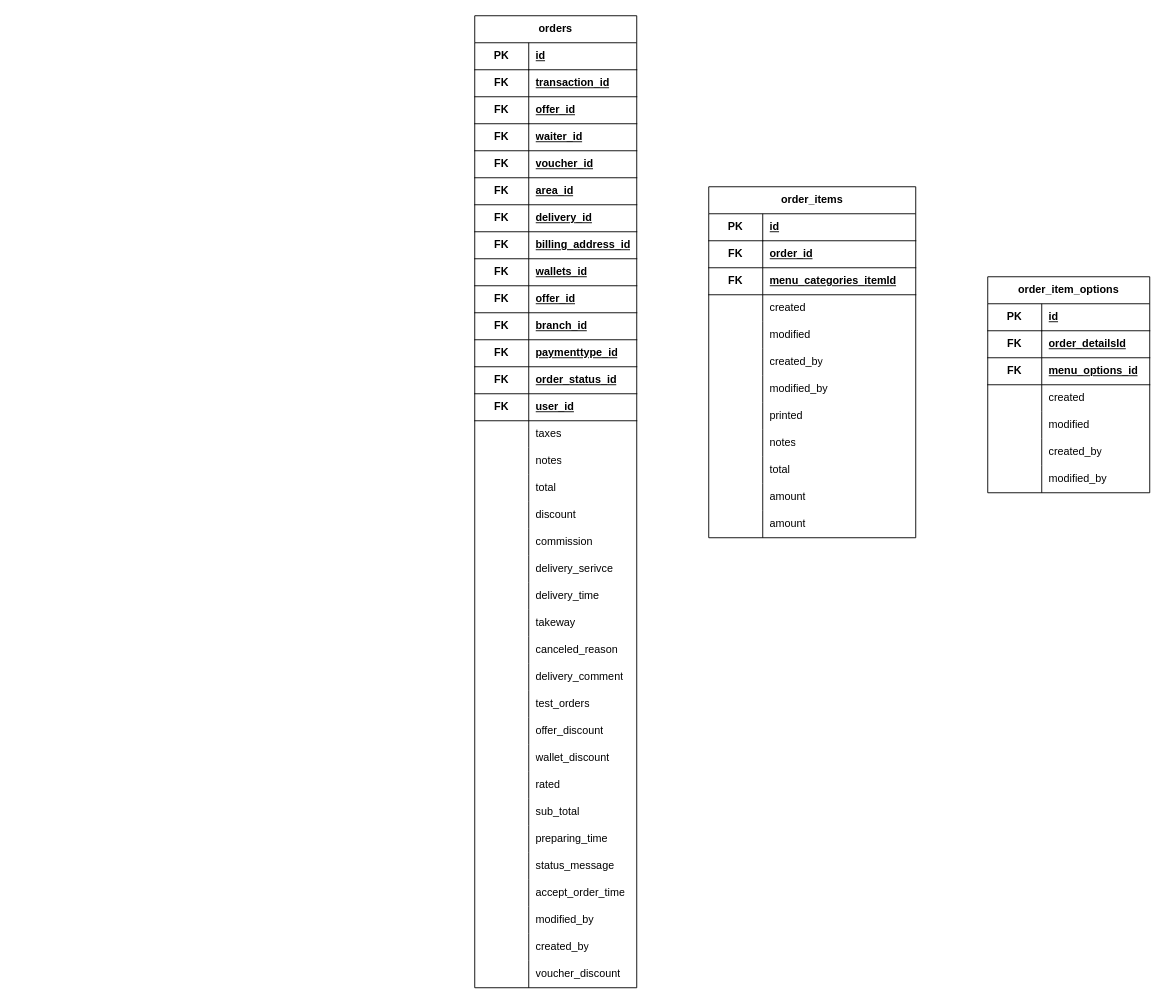
This is ERD.drawio from Ahmed-Shawareb-Full-Stack/printf, a draw.io file, before an edit. Source tidied: cells renumbered, new cells numbered last; positions are measured from the earlier drawing's top-left corner, leaving out a move shared by most shapes. Both pictures are drawn from the tidied source at 90%, with x=0, y=0 at pixel (474, 15).
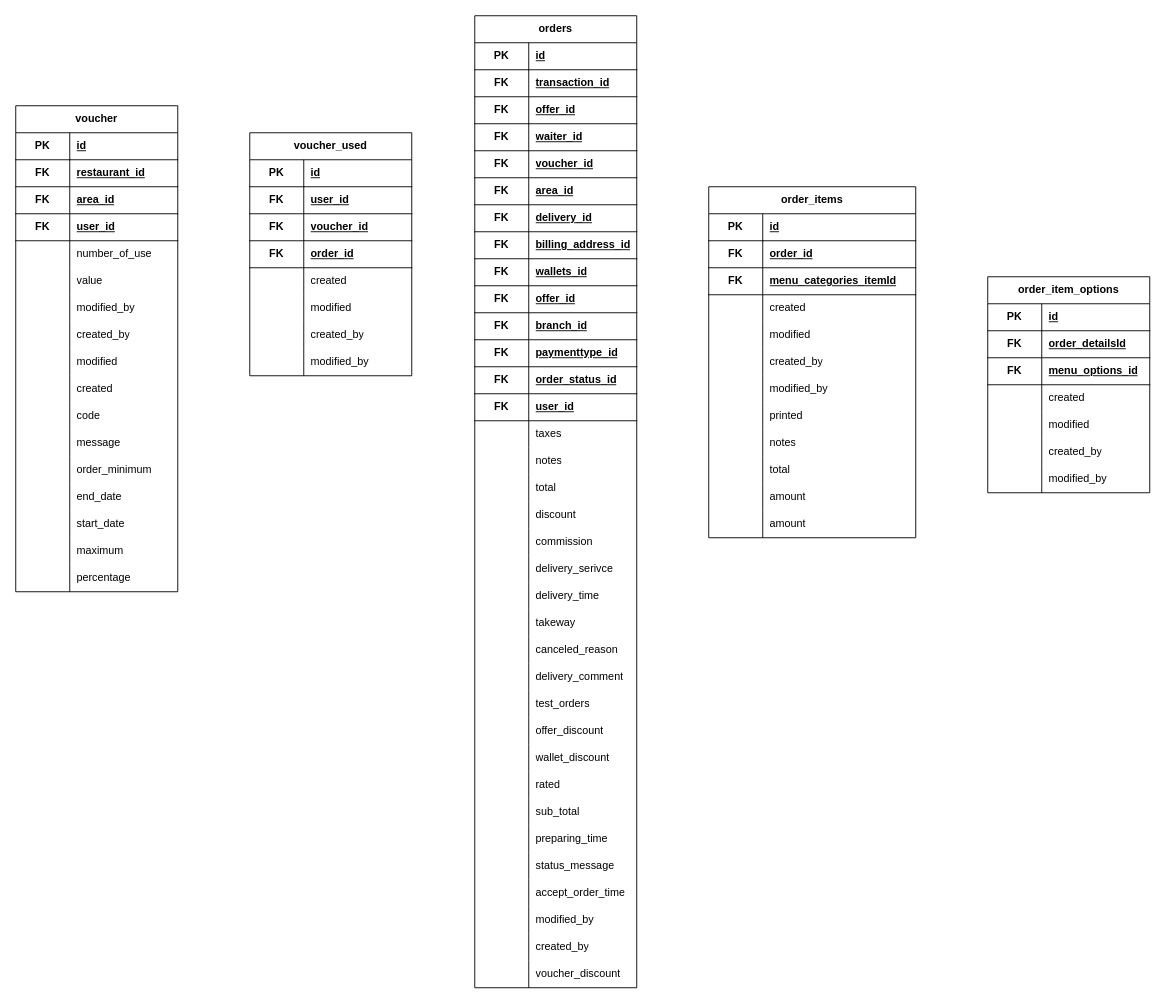
Above is the later version.

Change to the diagram source:
```diff
@@
+    <mxCell id="167" value="voucher_used" style="shape=table;startSize=30;childLayout=tableLayout;rowLines=0;fontStyle=1;align=center;html=1;whiteSpace=wrap;" parent="1" vertex="1">
+      <mxGeometry x="-250" y="130" width="180" height="270" as="geometry" />
+    </mxCell>
+    <mxCell id="168" style="shape=tableRow;horizontal=0;startSize=0;swimlaneHead=0;swimlaneBody=0;fillColor=none;top=0;left=0;right=0;bottom=0;html=1;" parent="167" vertex="1">
+      <mxGeometry y="30" width="180" height="30" as="geometry" />
+    </mxCell>
+    <mxCell id="169" value="PK" style="shape=partialRectangle;fillColor=none;top=0;left=0;bottom=1;right=0;fontStyle=1;overflow=hidden;html=1;whiteSpace=wrap;" parent="168" vertex="1">
+      <mxGeometry width="60" height="30" as="geometry" />
+    </mxCell>
+    <mxCell id="170" value="id" style="shape=partialRectangle;fillColor=none;top=0;left=0;bottom=1;right=0;align=left;spacingLeft=6;fontStyle=5;overflow=hidden;html=1;whiteSpace=wrap;" parent="168" vertex="1">
+      <mxGeometry x="60" width="120" height="30" as="geometry" />
+    </mxCell>
+    <mxCell id="171" style="shape=tableRow;horizontal=0;startSize=0;swimlaneHead=0;swimlaneBody=0;fillColor=none;top=0;left=0;right=0;bottom=1;html=1;" parent="167" vertex="1">
+      <mxGeometry y="60" width="180" height="30" as="geometry" />
+    </mxCell>
+    <mxCell id="172" value="FK" style="shape=partialRectangle;fillColor=none;top=0;left=0;bottom=0;right=0;fontStyle=1;overflow=hidden;html=1;whiteSpace=wrap;" parent="171" vertex="1">
+      <mxGeometry width="60" height="30" as="geometry" />
+    </mxCell>
+    <mxCell id="173" value="user_id" style="shape=partialRectangle;fillColor=none;top=0;left=0;bottom=0;right=0;align=left;spacingLeft=6;fontStyle=5;overflow=hidden;html=1;whiteSpace=wrap;" parent="171" vertex="1">
+      <mxGeometry x="60" width="120" height="30" as="geometry" />
+    </mxCell>
+    <mxCell id="174" style="shape=tableRow;horizontal=0;startSize=0;swimlaneHead=0;swimlaneBody=0;fillColor=none;top=0;left=0;right=0;bottom=1;html=1;" parent="167" vertex="1">
+      <mxGeometry y="90" width="180" height="30" as="geometry" />
+    </mxCell>
+    <mxCell id="175" value="FK" style="shape=partialRectangle;fillColor=none;top=0;left=0;bottom=0;right=0;fontStyle=1;overflow=hidden;html=1;whiteSpace=wrap;" parent="174" vertex="1">
+      <mxGeometry width="60" height="30" as="geometry" />
+    </mxCell>
+    <mxCell id="176" value="voucher_id" style="shape=partialRectangle;fillColor=none;top=0;left=0;bottom=0;right=0;align=left;spacingLeft=6;fontStyle=5;overflow=hidden;html=1;whiteSpace=wrap;" parent="174" vertex="1">
+      <mxGeometry x="60" width="120" height="30" as="geometry" />
+    </mxCell>
+    <mxCell id="177" style="shape=tableRow;horizontal=0;startSize=0;swimlaneHead=0;swimlaneBody=0;fillColor=none;top=0;left=0;right=0;bottom=1;html=1;" parent="167" vertex="1">
+      <mxGeometry y="120" width="180" height="30" as="geometry" />
+    </mxCell>
+    <mxCell id="178" value="FK" style="shape=partialRectangle;fillColor=none;top=0;left=0;bottom=0;right=0;fontStyle=1;overflow=hidden;html=1;whiteSpace=wrap;" parent="177" vertex="1">
+      <mxGeometry width="60" height="30" as="geometry" />
+    </mxCell>
+    <mxCell id="179" value="order_id" style="shape=partialRectangle;fillColor=none;top=0;left=0;bottom=0;right=0;align=left;spacingLeft=6;fontStyle=5;overflow=hidden;html=1;whiteSpace=wrap;" parent="177" vertex="1">
+      <mxGeometry x="60" width="120" height="30" as="geometry" />
+    </mxCell>
+    <mxCell id="180" style="shape=tableRow;horizontal=0;startSize=0;swimlaneHead=0;swimlaneBody=0;fillColor=none;top=0;left=0;right=0;bottom=0;html=1;" parent="167" vertex="1">
+      <mxGeometry y="150" width="180" height="30" as="geometry" />
+    </mxCell>
+    <mxCell id="181" style="shape=partialRectangle;fillColor=none;top=0;left=0;bottom=0;right=0;overflow=hidden;html=1;whiteSpace=wrap;" parent="180" vertex="1">
+      <mxGeometry width="60" height="30" as="geometry" />
+    </mxCell>
+    <mxCell id="182" value="created" style="shape=partialRectangle;fillColor=none;top=0;left=0;bottom=0;right=0;align=left;spacingLeft=6;overflow=hidden;html=1;whiteSpace=wrap;" parent="180" vertex="1">
+      <mxGeometry x="60" width="120" height="30" as="geometry" />
+    </mxCell>
+    <mxCell id="183" style="shape=tableRow;horizontal=0;startSize=0;swimlaneHead=0;swimlaneBody=0;fillColor=none;top=0;left=0;right=0;bottom=0;html=1;" parent="167" vertex="1">
+      <mxGeometry y="180" width="180" height="30" as="geometry" />
+    </mxCell>
+    <mxCell id="184" style="shape=partialRectangle;fillColor=none;top=0;left=0;bottom=0;right=0;overflow=hidden;html=1;whiteSpace=wrap;" parent="183" vertex="1">
+      <mxGeometry width="60" height="30" as="geometry" />
+    </mxCell>
+    <mxCell id="185" value="modified" style="shape=partialRectangle;fillColor=none;top=0;left=0;bottom=0;right=0;align=left;spacingLeft=6;overflow=hidden;html=1;whiteSpace=wrap;" parent="183" vertex="1">
+      <mxGeometry x="60" width="120" height="30" as="geometry" />
+    </mxCell>
+    <mxCell id="186" style="shape=tableRow;horizontal=0;startSize=0;swimlaneHead=0;swimlaneBody=0;fillColor=none;top=0;left=0;right=0;bottom=0;html=1;" parent="167" vertex="1">
+      <mxGeometry y="210" width="180" height="30" as="geometry" />
+    </mxCell>
+    <mxCell id="187" style="shape=partialRectangle;fillColor=none;top=0;left=0;bottom=0;right=0;overflow=hidden;html=1;whiteSpace=wrap;" parent="186" vertex="1">
+      <mxGeometry width="60" height="30" as="geometry" />
+    </mxCell>
+    <mxCell id="188" value="created_by" style="shape=partialRectangle;fillColor=none;top=0;left=0;bottom=0;right=0;align=left;spacingLeft=6;overflow=hidden;html=1;whiteSpace=wrap;" parent="186" vertex="1">
+      <mxGeometry x="60" width="120" height="30" as="geometry" />
+    </mxCell>
+    <mxCell id="189" style="shape=tableRow;horizontal=0;startSize=0;swimlaneHead=0;swimlaneBody=0;fillColor=none;top=0;left=0;right=0;bottom=0;html=1;" parent="167" vertex="1">
+      <mxGeometry y="240" width="180" height="30" as="geometry" />
+    </mxCell>
+    <mxCell id="190" style="shape=partialRectangle;fillColor=none;top=0;left=0;bottom=0;right=0;overflow=hidden;html=1;whiteSpace=wrap;" parent="189" vertex="1">
+      <mxGeometry width="60" height="30" as="geometry" />
+    </mxCell>
+    <mxCell id="191" value="modified_by" style="shape=partialRectangle;fillColor=none;top=0;left=0;bottom=0;right=0;align=left;spacingLeft=6;overflow=hidden;html=1;whiteSpace=wrap;" parent="189" vertex="1">
+      <mxGeometry x="60" width="120" height="30" as="geometry" />
+    </mxCell>
+    <mxCell id="192" value="voucher" style="shape=table;startSize=30;childLayout=tableLayout;rowLines=0;fontStyle=1;align=center;html=1;whiteSpace=wrap;" parent="1" vertex="1">
+      <mxGeometry x="-510" y="100" width="180" height="540" as="geometry" />
+    </mxCell>
+    <mxCell id="193" style="shape=tableRow;horizontal=0;startSize=0;swimlaneHead=0;swimlaneBody=0;fillColor=none;top=0;left=0;right=0;bottom=0;html=1;" parent="192" vertex="1">
+      <mxGeometry y="30" width="180" height="30" as="geometry" />
+    </mxCell>
+    <mxCell id="194" value="PK" style="shape=partialRectangle;fillColor=none;top=0;left=0;bottom=1;right=0;fontStyle=1;overflow=hidden;html=1;whiteSpace=wrap;" parent="193" vertex="1">
+      <mxGeometry width="60" height="30" as="geometry" />
+    </mxCell>
+    <mxCell id="195" value="id" style="shape=partialRectangle;fillColor=none;top=0;left=0;bottom=1;right=0;align=left;spacingLeft=6;fontStyle=5;overflow=hidden;html=1;whiteSpace=wrap;" parent="193" vertex="1">
+      <mxGeometry x="60" width="120" height="30" as="geometry" />
+    </mxCell>
+    <mxCell id="196" style="shape=tableRow;horizontal=0;startSize=0;swimlaneHead=0;swimlaneBody=0;fillColor=none;top=0;left=0;right=0;bottom=1;html=1;" parent="192" vertex="1">
+      <mxGeometry y="60" width="180" height="30" as="geometry" />
+    </mxCell>
+    <mxCell id="197" value="FK" style="shape=partialRectangle;fillColor=none;top=0;left=0;bottom=0;right=0;fontStyle=1;overflow=hidden;html=1;whiteSpace=wrap;" parent="196" vertex="1">
+      <mxGeometry width="60" height="30" as="geometry" />
+    </mxCell>
+    <mxCell id="198" value="restaurant_id" style="shape=partialRectangle;fillColor=none;top=0;left=0;bottom=0;right=0;align=left;spacingLeft=6;fontStyle=5;overflow=hidden;html=1;whiteSpace=wrap;" parent="196" vertex="1">
+      <mxGeometry x="60" width="120" height="30" as="geometry" />
+    </mxCell>
+    <mxCell id="199" style="shape=tableRow;horizontal=0;startSize=0;swimlaneHead=0;swimlaneBody=0;fillColor=none;top=0;left=0;right=0;bottom=1;html=1;" parent="192" vertex="1">
+      <mxGeometry y="90" width="180" height="30" as="geometry" />
+    </mxCell>
+    <mxCell id="200" value="FK" style="shape=partialRectangle;fillColor=none;top=0;left=0;bottom=0;right=0;fontStyle=1;overflow=hidden;html=1;whiteSpace=wrap;" parent="199" vertex="1">
+      <mxGeometry width="60" height="30" as="geometry" />
+    </mxCell>
+    <mxCell id="201" value="area_id" style="shape=partialRectangle;fillColor=none;top=0;left=0;bottom=0;right=0;align=left;spacingLeft=6;fontStyle=5;overflow=hidden;html=1;whiteSpace=wrap;" parent="199" vertex="1">
+      <mxGeometry x="60" width="120" height="30" as="geometry" />
+    </mxCell>
+    <mxCell id="202" style="shape=tableRow;horizontal=0;startSize=0;swimlaneHead=0;swimlaneBody=0;fillColor=none;top=0;left=0;right=0;bottom=1;html=1;" parent="192" vertex="1">
+      <mxGeometry y="120" width="180" height="30" as="geometry" />
+    </mxCell>
+    <mxCell id="203" value="FK" style="shape=partialRectangle;fillColor=none;top=0;left=0;bottom=0;right=0;fontStyle=1;overflow=hidden;html=1;whiteSpace=wrap;" parent="202" vertex="1">
+      <mxGeometry width="60" height="30" as="geometry" />
+    </mxCell>
+    <mxCell id="204" value="user_id" style="shape=partialRectangle;fillColor=none;top=0;left=0;bottom=0;right=0;align=left;spacingLeft=6;fontStyle=5;overflow=hidden;html=1;whiteSpace=wrap;" parent="202" vertex="1">
+      <mxGeometry x="60" width="120" height="30" as="geometry" />
+    </mxCell>
+    <mxCell id="205" style="shape=tableRow;horizontal=0;startSize=0;swimlaneHead=0;swimlaneBody=0;fillColor=none;top=0;left=0;right=0;bottom=0;html=1;" parent="192" vertex="1">
+      <mxGeometry y="150" width="180" height="30" as="geometry" />
+    </mxCell>
+    <mxCell id="206" style="shape=partialRectangle;fillColor=none;top=0;left=0;bottom=0;right=0;overflow=hidden;html=1;whiteSpace=wrap;" parent="205" vertex="1">
+      <mxGeometry width="60" height="30" as="geometry" />
+    </mxCell>
+    <mxCell id="207" value="number_of_use" style="shape=partialRectangle;fillColor=none;top=0;left=0;bottom=0;right=0;align=left;spacingLeft=6;overflow=hidden;html=1;whiteSpace=wrap;" parent="205" vertex="1">
+      <mxGeometry x="60" width="120" height="30" as="geometry" />
+    </mxCell>
+    <mxCell id="208" style="shape=tableRow;horizontal=0;startSize=0;swimlaneHead=0;swimlaneBody=0;fillColor=none;top=0;left=0;right=0;bottom=0;html=1;" parent="192" vertex="1">
+      <mxGeometry y="180" width="180" height="30" as="geometry" />
+    </mxCell>
+    <mxCell id="209" style="shape=partialRectangle;fillColor=none;top=0;left=0;bottom=0;right=0;overflow=hidden;html=1;whiteSpace=wrap;" parent="208" vertex="1">
+      <mxGeometry width="60" height="30" as="geometry" />
+    </mxCell>
+    <mxCell id="210" value="value" style="shape=partialRectangle;fillColor=none;top=0;left=0;bottom=0;right=0;align=left;spacingLeft=6;overflow=hidden;html=1;whiteSpace=wrap;" parent="208" vertex="1">
+      <mxGeometry x="60" width="120" height="30" as="geometry" />
+    </mxCell>
+    <mxCell id="211" style="shape=tableRow;horizontal=0;startSize=0;swimlaneHead=0;swimlaneBody=0;fillColor=none;top=0;left=0;right=0;bottom=0;html=1;" parent="192" vertex="1">
+      <mxGeometry y="210" width="180" height="30" as="geometry" />
+    </mxCell>
+    <mxCell id="212" style="shape=partialRectangle;fillColor=none;top=0;left=0;bottom=0;right=0;overflow=hidden;html=1;whiteSpace=wrap;" parent="211" vertex="1">
+      <mxGeometry width="60" height="30" as="geometry" />
+    </mxCell>
+    <mxCell id="213" value="modified_by" style="shape=partialRectangle;fillColor=none;top=0;left=0;bottom=0;right=0;align=left;spacingLeft=6;overflow=hidden;html=1;whiteSpace=wrap;" parent="211" vertex="1">
+      <mxGeometry x="60" width="120" height="30" as="geometry" />
+    </mxCell>
+    <mxCell id="214" style="shape=tableRow;horizontal=0;startSize=0;swimlaneHead=0;swimlaneBody=0;fillColor=none;top=0;left=0;right=0;bottom=0;html=1;" parent="192" vertex="1">
+      <mxGeometry y="240" width="180" height="30" as="geometry" />
+    </mxCell>
+    <mxCell id="215" style="shape=partialRectangle;fillColor=none;top=0;left=0;bottom=0;right=0;overflow=hidden;html=1;whiteSpace=wrap;" parent="214" vertex="1">
+      <mxGeometry width="60" height="30" as="geometry" />
+    </mxCell>
+    <mxCell id="216" value="created_by" style="shape=partialRectangle;fillColor=none;top=0;left=0;bottom=0;right=0;align=left;spacingLeft=6;overflow=hidden;html=1;whiteSpace=wrap;" parent="214" vertex="1">
+      <mxGeometry x="60" width="120" height="30" as="geometry" />
+    </mxCell>
+    <mxCell id="217" style="shape=tableRow;horizontal=0;startSize=0;swimlaneHead=0;swimlaneBody=0;fillColor=none;top=0;left=0;right=0;bottom=0;html=1;" parent="192" vertex="1">
+      <mxGeometry y="270" width="180" height="30" as="geometry" />
+    </mxCell>
+    <mxCell id="218" style="shape=partialRectangle;fillColor=none;top=0;left=0;bottom=0;right=0;overflow=hidden;html=1;whiteSpace=wrap;" parent="217" vertex="1">
+      <mxGeometry width="60" height="30" as="geometry" />
+    </mxCell>
+    <mxCell id="219" value="modified" style="shape=partialRectangle;fillColor=none;top=0;left=0;bottom=0;right=0;align=left;spacingLeft=6;overflow=hidden;html=1;whiteSpace=wrap;" parent="217" vertex="1">
+      <mxGeometry x="60" width="120" height="30" as="geometry" />
+    </mxCell>
+    <mxCell id="220" style="shape=tableRow;horizontal=0;startSize=0;swimlaneHead=0;swimlaneBody=0;fillColor=none;top=0;left=0;right=0;bottom=0;html=1;" parent="192" vertex="1">
+      <mxGeometry y="300" width="180" height="30" as="geometry" />
+    </mxCell>
+    <mxCell id="221" style="shape=partialRectangle;fillColor=none;top=0;left=0;bottom=0;right=0;overflow=hidden;html=1;whiteSpace=wrap;" parent="220" vertex="1">
+      <mxGeometry width="60" height="30" as="geometry" />
+    </mxCell>
+    <mxCell id="222" value="created" style="shape=partialRectangle;fillColor=none;top=0;left=0;bottom=0;right=0;align=left;spacingLeft=6;overflow=hidden;html=1;whiteSpace=wrap;" parent="220" vertex="1">
+      <mxGeometry x="60" width="120" height="30" as="geometry" />
+    </mxCell>
+    <mxCell id="223" style="shape=tableRow;horizontal=0;startSize=0;swimlaneHead=0;swimlaneBody=0;fillColor=none;top=0;left=0;right=0;bottom=0;html=1;" parent="192" vertex="1">
+      <mxGeometry y="330" width="180" height="30" as="geometry" />
+    </mxCell>
+    <mxCell id="224" style="shape=partialRectangle;fillColor=none;top=0;left=0;bottom=0;right=0;overflow=hidden;html=1;whiteSpace=wrap;" parent="223" vertex="1">
+      <mxGeometry width="60" height="30" as="geometry" />
+    </mxCell>
+    <mxCell id="225" value="code" style="shape=partialRectangle;fillColor=none;top=0;left=0;bottom=0;right=0;align=left;spacingLeft=6;overflow=hidden;html=1;whiteSpace=wrap;" parent="223" vertex="1">
+      <mxGeometry x="60" width="120" height="30" as="geometry" />
+    </mxCell>
+    <mxCell id="226" style="shape=tableRow;horizontal=0;startSize=0;swimlaneHead=0;swimlaneBody=0;fillColor=none;top=0;left=0;right=0;bottom=0;html=1;" parent="192" vertex="1">
+      <mxGeometry y="360" width="180" height="30" as="geometry" />
+    </mxCell>
+    <mxCell id="227" style="shape=partialRectangle;fillColor=none;top=0;left=0;bottom=0;right=0;overflow=hidden;html=1;whiteSpace=wrap;" parent="226" vertex="1">
+      <mxGeometry width="60" height="30" as="geometry" />
+    </mxCell>
+    <mxCell id="228" value="message" style="shape=partialRectangle;fillColor=none;top=0;left=0;bottom=0;right=0;align=left;spacingLeft=6;overflow=hidden;html=1;whiteSpace=wrap;" parent="226" vertex="1">
+      <mxGeometry x="60" width="120" height="30" as="geometry" />
+    </mxCell>
+    <mxCell id="229" style="shape=tableRow;horizontal=0;startSize=0;swimlaneHead=0;swimlaneBody=0;fillColor=none;top=0;left=0;right=0;bottom=0;html=1;" parent="192" vertex="1">
+      <mxGeometry y="390" width="180" height="30" as="geometry" />
+    </mxCell>
+    <mxCell id="230" style="shape=partialRectangle;fillColor=none;top=0;left=0;bottom=0;right=0;overflow=hidden;html=1;whiteSpace=wrap;" parent="229" vertex="1">
+      <mxGeometry width="60" height="30" as="geometry" />
+    </mxCell>
+    <mxCell id="231" value="order_minimum" style="shape=partialRectangle;fillColor=none;top=0;left=0;bottom=0;right=0;align=left;spacingLeft=6;overflow=hidden;html=1;whiteSpace=wrap;" parent="229" vertex="1">
+      <mxGeometry x="60" width="120" height="30" as="geometry" />
+    </mxCell>
+    <mxCell id="232" style="shape=tableRow;horizontal=0;startSize=0;swimlaneHead=0;swimlaneBody=0;fillColor=none;top=0;left=0;right=0;bottom=0;html=1;" parent="192" vertex="1">
+      <mxGeometry y="420" width="180" height="30" as="geometry" />
+    </mxCell>
+    <mxCell id="233" style="shape=partialRectangle;fillColor=none;top=0;left=0;bottom=0;right=0;overflow=hidden;html=1;whiteSpace=wrap;" parent="232" vertex="1">
+      <mxGeometry width="60" height="30" as="geometry" />
+    </mxCell>
+    <mxCell id="234" value="end_date" style="shape=partialRectangle;fillColor=none;top=0;left=0;bottom=0;right=0;align=left;spacingLeft=6;overflow=hidden;html=1;whiteSpace=wrap;" parent="232" vertex="1">
+      <mxGeometry x="60" width="120" height="30" as="geometry" />
+    </mxCell>
+    <mxCell id="235" style="shape=tableRow;horizontal=0;startSize=0;swimlaneHead=0;swimlaneBody=0;fillColor=none;top=0;left=0;right=0;bottom=0;html=1;" parent="192" vertex="1">
+      <mxGeometry y="450" width="180" height="30" as="geometry" />
+    </mxCell>
+    <mxCell id="236" style="shape=partialRectangle;fillColor=none;top=0;left=0;bottom=0;right=0;overflow=hidden;html=1;whiteSpace=wrap;" parent="235" vertex="1">
+      <mxGeometry width="60" height="30" as="geometry" />
+    </mxCell>
+    <mxCell id="237" value="start_date" style="shape=partialRectangle;fillColor=none;top=0;left=0;bottom=0;right=0;align=left;spacingLeft=6;overflow=hidden;html=1;whiteSpace=wrap;" parent="235" vertex="1">
+      <mxGeometry x="60" width="120" height="30" as="geometry" />
+    </mxCell>
+    <mxCell id="238" style="shape=tableRow;horizontal=0;startSize=0;swimlaneHead=0;swimlaneBody=0;fillColor=none;top=0;left=0;right=0;bottom=0;html=1;" parent="192" vertex="1">
+      <mxGeometry y="480" width="180" height="30" as="geometry" />
+    </mxCell>
+    <mxCell id="239" style="shape=partialRectangle;fillColor=none;top=0;left=0;bottom=0;right=0;overflow=hidden;html=1;whiteSpace=wrap;" parent="238" vertex="1">
+      <mxGeometry width="60" height="30" as="geometry" />
+    </mxCell>
+    <mxCell id="240" value="maximum" style="shape=partialRectangle;fillColor=none;top=0;left=0;bottom=0;right=0;align=left;spacingLeft=6;overflow=hidden;html=1;whiteSpace=wrap;" parent="238" vertex="1">
+      <mxGeometry x="60" width="120" height="30" as="geometry" />
+    </mxCell>
+    <mxCell id="241" style="shape=tableRow;horizontal=0;startSize=0;swimlaneHead=0;swimlaneBody=0;fillColor=none;top=0;left=0;right=0;bottom=0;html=1;" parent="192" vertex="1">
+      <mxGeometry y="510" width="180" height="30" as="geometry" />
+    </mxCell>
+    <mxCell id="242" style="shape=partialRectangle;fillColor=none;top=0;left=0;bottom=0;right=0;overflow=hidden;html=1;whiteSpace=wrap;" parent="241" vertex="1">
+      <mxGeometry width="60" height="30" as="geometry" />
+    </mxCell>
+    <mxCell id="243" value="percentage" style="shape=partialRectangle;fillColor=none;top=0;left=0;bottom=0;right=0;align=left;spacingLeft=6;overflow=hidden;html=1;whiteSpace=wrap;" parent="241" vertex="1">
+      <mxGeometry x="60" width="120" height="30" as="geometry" />
+    </mxCell>
```
